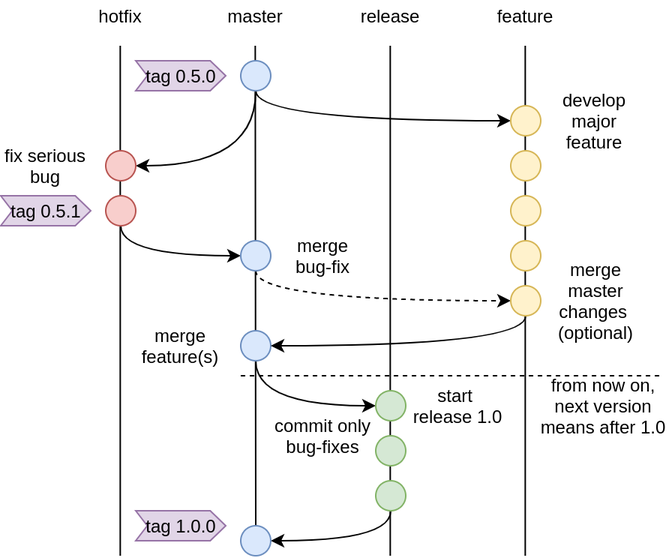
This is docs/modules/ROOT/images/git-simplified-flow.png from OP-TED/git-versioning-methodology, a draw.io export, as it was before one commit. Source tidied: cells renumbered, new cells last; positions are measured from the earlier drawing's top-left corner, leaving out a move shared by most shapes.
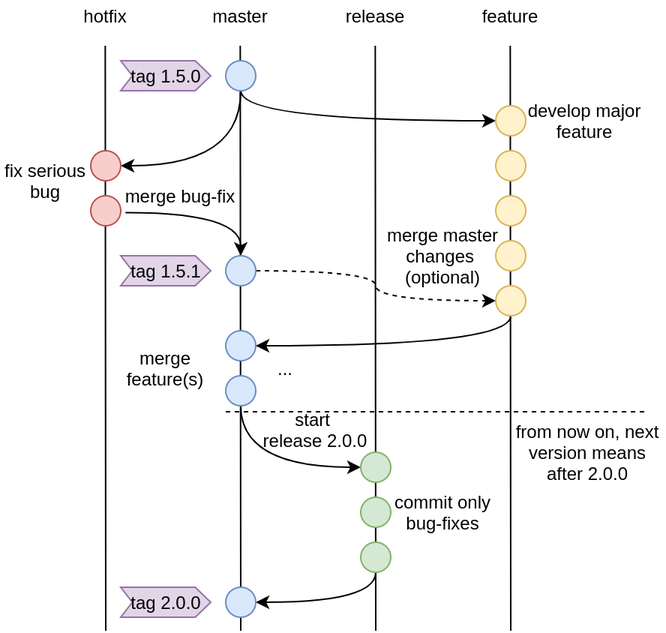
Above is the later version.

What changed in the source:
```diff
@@ -2,8 +2,9 @@
   <root>
     <mxCell id="0" />
     <mxCell id="1" parent="0" />
-    <mxCell id="2" style="endArrow=none;html=1;startArrow=none;" parent="1" edge="1" source="43">
+    <mxCell id="2" style="endArrow=none;html=1;startArrow=none;" parent="1" edge="1">
       <mxGeometry relative="1" as="geometry">
+        <mxPoint x="170" y="420" as="sourcePoint" />
         <mxPoint x="169.7" y="30" as="targetPoint" />
       </mxGeometry>
     </mxCell>
@@ -18,19 +19,19 @@
     </mxCell>
     <mxCell id="6" style="endArrow=none;html=1;" parent="1" edge="1">
       <mxGeometry relative="1" as="geometry">
-        <mxPoint x="79.7" y="370" as="sourcePoint" />
+        <mxPoint x="80" y="420" as="sourcePoint" />
         <mxPoint x="79.7" y="30" as="targetPoint" />
       </mxGeometry>
     </mxCell>
     <mxCell id="7" style="endArrow=none;html=1;" parent="1" edge="1">
       <mxGeometry relative="1" as="geometry">
-        <mxPoint x="259.7" y="370" as="sourcePoint" />
+        <mxPoint x="260" y="420" as="sourcePoint" />
         <mxPoint x="259.7" y="30" as="targetPoint" />
       </mxGeometry>
     </mxCell>
     <mxCell id="8" style="endArrow=none;html=1;" parent="1" edge="1">
       <mxGeometry relative="1" as="geometry">
-        <mxPoint x="349.7" y="370" as="sourcePoint" />
+        <mxPoint x="350" y="420" as="sourcePoint" />
         <mxPoint x="349.7" y="30" as="targetPoint" />
       </mxGeometry>
     </mxCell>
@@ -46,7 +47,7 @@
     <mxCell id="12" style="ellipse;whiteSpace=wrap;html=1;fillColor=#dae8fc;strokeColor=#6c8ebf;" parent="1" vertex="1">
       <mxGeometry x="160" y="40" width="20" height="20" as="geometry" />
     </mxCell>
-    <mxCell id="13" style="edgeStyle=orthogonalEdgeStyle;curved=1;rounded=0;jettySize=auto;html=1;entryX=0;entryY=0.5;entryDx=0;entryDy=0;exitX=0.5;exitY=1;exitDx=0;exitDy=0;" parent="1" edge="1" source="19" target="24">
+    <mxCell id="13" style="edgeStyle=orthogonalEdgeStyle;curved=1;rounded=0;jettySize=auto;html=1;entryX=0.5;entryY=0;entryDx=0;entryDy=0;exitX=1.16;exitY=0.56;exitDx=0;exitDy=0;exitPerimeter=0;" parent="1" edge="1" source="19" target="24">
       <mxGeometry relative="1" as="geometry" />
     </mxCell>
     <mxCell id="14" style="ellipse;whiteSpace=wrap;html=1;fillColor=#f8cecc;strokeColor=#b85450;" parent="1" vertex="1">
@@ -55,7 +56,7 @@
     <mxCell id="15" style="ellipse;whiteSpace=wrap;html=1;fillColor=#fff2cc;strokeColor=#d6b656;" parent="1" vertex="1">
       <mxGeometry x="340" y="70" width="20" height="20" as="geometry" />
     </mxCell>
-    <mxCell id="16" value="tag 0.5.0" style="html=1;shadow=0;dashed=0;align=center;verticalAlign=middle;shape=mxgraph.arrows2.arrow;dy=0;dx=10.33;notch=7.67;fillColor=#e1d5e7;strokeColor=#9673a6;" parent="1" vertex="1">
+    <mxCell id="16" value="tag 1.5.0" style="html=1;shadow=0;dashed=0;align=center;verticalAlign=middle;shape=mxgraph.arrows2.arrow;dy=0;dx=10.33;notch=7.67;fillColor=#e1d5e7;strokeColor=#9673a6;" parent="1" vertex="1">
       <mxGeometry x="90" y="40" width="60" height="20" as="geometry" />
     </mxCell>
     <mxCell id="17" style="ellipse;whiteSpace=wrap;html=1;fillColor=#fff2cc;strokeColor=#d6b656;" parent="1" vertex="1">
@@ -67,20 +68,20 @@
     <mxCell id="19" style="ellipse;whiteSpace=wrap;html=1;fillColor=#f8cecc;strokeColor=#b85450;" parent="1" vertex="1">
       <mxGeometry x="70" y="130" width="20" height="20" as="geometry" />
     </mxCell>
-    <mxCell id="20" style="edgeStyle=orthogonalEdgeStyle;curved=1;rounded=0;jettySize=auto;html=1;entryX=0;entryY=0.5;entryDx=0;entryDy=0;exitX=0.5;exitY=1;exitDx=0;exitDy=0;" parent="1" edge="1" source="21" target="22">
+    <mxCell id="20" style="edgeStyle=orthogonalEdgeStyle;curved=1;rounded=0;jettySize=auto;html=1;entryX=0;entryY=0.5;entryDx=0;entryDy=0;exitX=0.5;exitY=1;exitDx=0;exitDy=0;" parent="1" edge="1" source="45" target="22">
       <mxGeometry relative="1" as="geometry" />
     </mxCell>
     <mxCell id="21" style="ellipse;whiteSpace=wrap;html=1;fillColor=#dae8fc;strokeColor=#6c8ebf;" parent="1" vertex="1">
       <mxGeometry x="160" y="220" width="20" height="20" as="geometry" />
     </mxCell>
     <mxCell id="22" style="ellipse;whiteSpace=wrap;html=1;fillColor=#d5e8d4;strokeColor=#82b366;" parent="1" vertex="1">
-      <mxGeometry x="250" y="260" width="20" height="20" as="geometry" />
+      <mxGeometry x="250" y="301" width="20" height="20" as="geometry" />
     </mxCell>
-    <mxCell id="23" style="edgeStyle=orthogonalEdgeStyle;curved=1;rounded=0;jettySize=auto;html=1;entryX=0;entryY=0.5;entryDx=0;entryDy=0;exitX=0.5;exitY=1;exitDx=0;exitDy=0;dashed=1;" parent="1" edge="1" source="24" target="26">
+    <mxCell id="23" style="edgeStyle=orthogonalEdgeStyle;curved=1;rounded=0;jettySize=auto;html=1;entryX=0;entryY=0.5;entryDx=0;entryDy=0;exitX=1;exitY=0.5;exitDx=0;exitDy=0;dashed=1;" parent="1" edge="1" source="24" target="26">
       <mxGeometry relative="1" as="geometry" />
     </mxCell>
     <mxCell id="24" style="ellipse;whiteSpace=wrap;html=1;fillColor=#dae8fc;strokeColor=#6c8ebf;" parent="1" vertex="1">
-      <mxGeometry x="160" y="160" width="20" height="20" as="geometry" />
+      <mxGeometry x="160" y="170" width="20" height="20" as="geometry" />
     </mxCell>
     <mxCell id="25" style="edgeStyle=orthogonalEdgeStyle;curved=1;rounded=0;jettySize=auto;html=1;entryX=1;entryY=0.5;entryDx=0;entryDy=0;exitX=0.5;exitY=1;exitDx=0;exitDy=0;" parent="1" edge="1" source="26" target="21">
       <mxGeometry relative="1" as="geometry" />
@@ -92,60 +93,69 @@
       <mxGeometry x="340" y="160" width="20" height="20" as="geometry" />
     </mxCell>
     <mxCell id="28" style="ellipse;whiteSpace=wrap;html=1;fillColor=#d5e8d4;strokeColor=#82b366;" parent="1" vertex="1">
-      <mxGeometry x="250" y="290" width="20" height="20" as="geometry" />
+      <mxGeometry x="250" y="331" width="20" height="20" as="geometry" />
     </mxCell>
     <mxCell id="29" style="edgeStyle=orthogonalEdgeStyle;curved=1;rounded=0;jettySize=auto;html=1;entryX=1;entryY=0.5;entryDx=0;entryDy=0;exitX=0.5;exitY=1;exitDx=0;exitDy=0;" parent="1" edge="1" source="30" target="43">
       <mxGeometry relative="1" as="geometry" />
     </mxCell>
     <mxCell id="30" style="ellipse;whiteSpace=wrap;html=1;fillColor=#d5e8d4;strokeColor=#82b366;" parent="1" vertex="1">
-      <mxGeometry x="250" y="320" width="20" height="20" as="geometry" />
+      <mxGeometry x="250" y="361" width="20" height="20" as="geometry" />
     </mxCell>
     <mxCell id="31" value="fix serious bug" style="text;html=1;strokeColor=none;fillColor=none;align=center;verticalAlign=middle;whiteSpace=wrap;rounded=0;" parent="1" vertex="1">
-      <mxGeometry y="100" width="60" height="20" as="geometry" />
+      <mxGeometry x="10" y="110" width="60" height="20" as="geometry" />
     </mxCell>
-    <mxCell id="32" value="tag 0.5.1" style="html=1;shadow=0;dashed=0;align=center;verticalAlign=middle;shape=mxgraph.arrows2.arrow;dy=0;dx=10.33;notch=7.67;fillColor=#e1d5e7;strokeColor=#9673a6;" parent="1" vertex="1">
-      <mxGeometry y="130" width="60" height="20" as="geometry" />
-    </mxCell>
     <mxCell id="33" value="merge bug-fix" style="text;html=1;strokeColor=none;fillColor=none;align=center;verticalAlign=middle;whiteSpace=wrap;rounded=0;" parent="1" vertex="1">
-      <mxGeometry x="185" y="160" width="60" height="20" as="geometry" />
+      <mxGeometry x="90" y="120" width="80" height="20" as="geometry" />
     </mxCell>
     <mxCell id="34" value="develop major feature" style="text;html=1;strokeColor=none;fillColor=none;align=center;verticalAlign=middle;whiteSpace=wrap;rounded=0;" parent="1" vertex="1">
-      <mxGeometry x="362" y="70" width="68" height="20" as="geometry" />
+      <mxGeometry x="359" y="70" width="81" height="20" as="geometry" />
     </mxCell>
-    <mxCell id="35" value="start &lt;br&gt;release 1.0" style="text;html=1;strokeColor=none;fillColor=none;align=center;verticalAlign=middle;whiteSpace=wrap;rounded=0;" parent="1" vertex="1">
-      <mxGeometry x="270" y="260" width="70" height="20" as="geometry" />
+    <mxCell id="35" value="start &lt;br&gt;release 2.0.0" style="text;html=1;strokeColor=none;fillColor=none;align=center;verticalAlign=middle;whiteSpace=wrap;rounded=0;" parent="1" vertex="1">
+      <mxGeometry x="180" y="271" width="80" height="30" as="geometry" />
     </mxCell>
-    <mxCell id="36" style="edgeStyle=orthogonalEdgeStyle;curved=1;rounded=0;orthogonalLoop=1;jettySize=auto;html=1;exitX=0.5;exitY=1;exitDx=0;exitDy=0;" parent="1" edge="1" source="35" target="35">
-      <mxGeometry relative="1" as="geometry" />
+    <mxCell id="36" style="edgeStyle=orthogonalEdgeStyle;curved=1;rounded=0;orthogonalLoop=1;jettySize=auto;html=1;exitX=0.5;exitY=1;exitDx=0;exitDy=0;" parent="1" edge="1">
+      <mxGeometry relative="1" as="geometry">
+        <mxPoint x="260" y="321" as="sourcePoint" />
+        <mxPoint x="260" y="321" as="targetPoint" />
+      </mxGeometry>
     </mxCell>
     <mxCell id="37" value="commit only bug-fixes" style="text;html=1;strokeColor=none;fillColor=none;align=center;verticalAlign=middle;whiteSpace=wrap;rounded=0;" parent="1" vertex="1">
-      <mxGeometry x="180" y="280" width="70" height="20" as="geometry" />
+      <mxGeometry x="270" y="331" width="70" height="20" as="geometry" />
     </mxCell>
-    <mxCell id="38" value="tag 1.0.0" style="html=1;shadow=0;dashed=0;align=center;verticalAlign=middle;shape=mxgraph.arrows2.arrow;dy=0;dx=10.33;notch=7.67;fillColor=#e1d5e7;strokeColor=#9673a6;" parent="1" vertex="1">
-      <mxGeometry x="90" y="340" width="60" height="20" as="geometry" />
+    <mxCell id="38" value="tag 2.0.0" style="html=1;shadow=0;dashed=0;align=center;verticalAlign=middle;shape=mxgraph.arrows2.arrow;dy=0;dx=10.33;notch=7.67;fillColor=#e1d5e7;strokeColor=#9673a6;" parent="1" vertex="1">
+      <mxGeometry x="90" y="391" width="60" height="20" as="geometry" />
     </mxCell>
     <mxCell id="39" value="merge feature(s)" style="text;html=1;strokeColor=none;fillColor=none;align=center;verticalAlign=middle;whiteSpace=wrap;rounded=0;" parent="1" vertex="1">
-      <mxGeometry x="90" y="220" width="60" height="20" as="geometry" />
+      <mxGeometry x="90" y="235" width="60" height="20" as="geometry" />
     </mxCell>
     <mxCell id="40" value="merge master changes&amp;nbsp;&lt;br&gt;(optional)" style="text;html=1;strokeColor=none;fillColor=none;align=center;verticalAlign=middle;whiteSpace=wrap;rounded=0;" parent="1" vertex="1">
-      <mxGeometry x="362" y="170" width="70" height="60" as="geometry" />
+      <mxGeometry x="260" y="140" width="90" height="60" as="geometry" />
     </mxCell>
-    <mxCell id="41" value="from now on, next version means after 1.0" style="text;html=1;strokeColor=none;fillColor=none;align=center;verticalAlign=middle;whiteSpace=wrap;rounded=0;" parent="1" vertex="1">
-      <mxGeometry x="357" y="260" width="90" height="20" as="geometry" />
+    <mxCell id="41" value="from now on, next version means after 2.0.0" style="text;html=1;strokeColor=none;fillColor=none;align=center;verticalAlign=middle;whiteSpace=wrap;rounded=0;" parent="1" vertex="1">
+      <mxGeometry x="350" y="281" width="103" height="40" as="geometry" />
     </mxCell>
     <mxCell id="42" style="endArrow=none;html=1;dashed=1;" parent="1" edge="1">
       <mxGeometry relative="1" as="geometry">
-        <mxPoint x="160" y="250" as="sourcePoint" />
-        <mxPoint x="440" y="250" as="targetPoint" />
+        <mxPoint x="160" y="274" as="sourcePoint" />
+        <mxPoint x="440" y="274" as="targetPoint" />
       </mxGeometry>
     </mxCell>
     <mxCell id="43" style="ellipse;whiteSpace=wrap;html=1;fillColor=#dae8fc;strokeColor=#6c8ebf;" parent="1" vertex="1">
-      <mxGeometry x="160" y="350" width="20" height="20" as="geometry" />
+      <mxGeometry x="160" y="391" width="20" height="20" as="geometry" />
     </mxCell>
     <mxCell id="44" style="endArrow=none;html=1;" parent="1" edge="1" target="43">
       <mxGeometry relative="1" as="geometry">
-        <mxPoint x="169.7" y="370" as="sourcePoint" />
+        <mxPoint x="169.7" y="411" as="sourcePoint" />
       </mxGeometry>
     </mxCell>
+    <mxCell id="45" style="ellipse;whiteSpace=wrap;html=1;fillColor=#dae8fc;strokeColor=#6c8ebf;" parent="1" vertex="1">
+      <mxGeometry x="160" y="250" width="20" height="20" as="geometry" />
+    </mxCell>
+    <mxCell id="46" value="..." style="text;html=1;strokeColor=none;fillColor=none;align=center;verticalAlign=middle;whiteSpace=wrap;rounded=0;" parent="1" vertex="1">
+      <mxGeometry x="185" y="240" width="30" height="10" as="geometry" />
+    </mxCell>
+    <mxCell id="47" value="tag 1.5.1" style="html=1;shadow=0;dashed=0;align=center;verticalAlign=middle;shape=mxgraph.arrows2.arrow;dy=0;dx=10.33;notch=7.67;fillColor=#e1d5e7;strokeColor=#9673a6;" parent="1" vertex="1">
+      <mxGeometry x="90" y="170" width="60" height="20" as="geometry" />
+    </mxCell>
   </root>
 </mxGraphModel>
```
